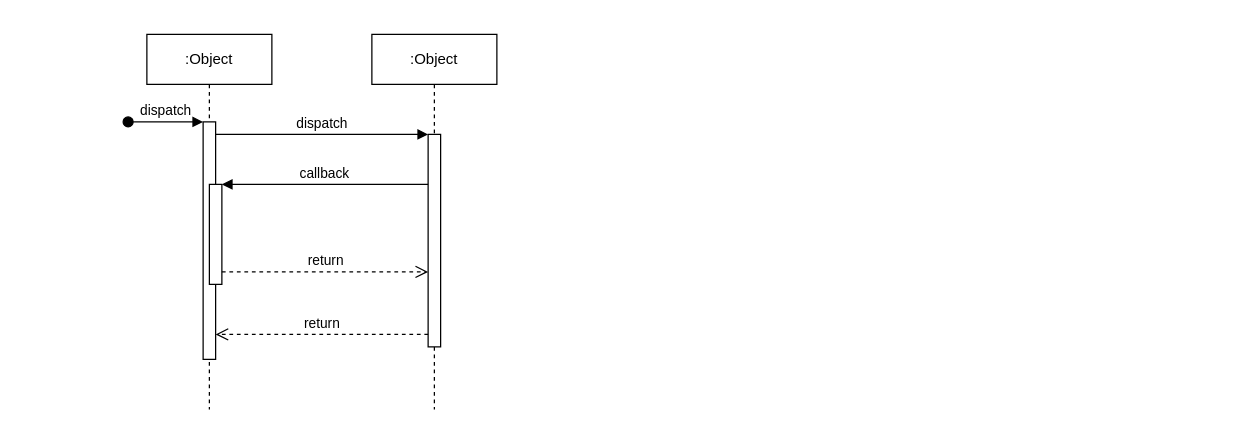
The draw.io diagram Untitled Diagram.drawio in Developer-dreamer/Developer-dreamer, before the edit. Source tidied: cells renumbered, new cells numbered last; positions are measured from the earlier drawing's top-left corner, leaving out a move shared by most shapes. Both pictures are drawn from the tidied source at 125%, with x=0, y=0 at pixel (128, 34).
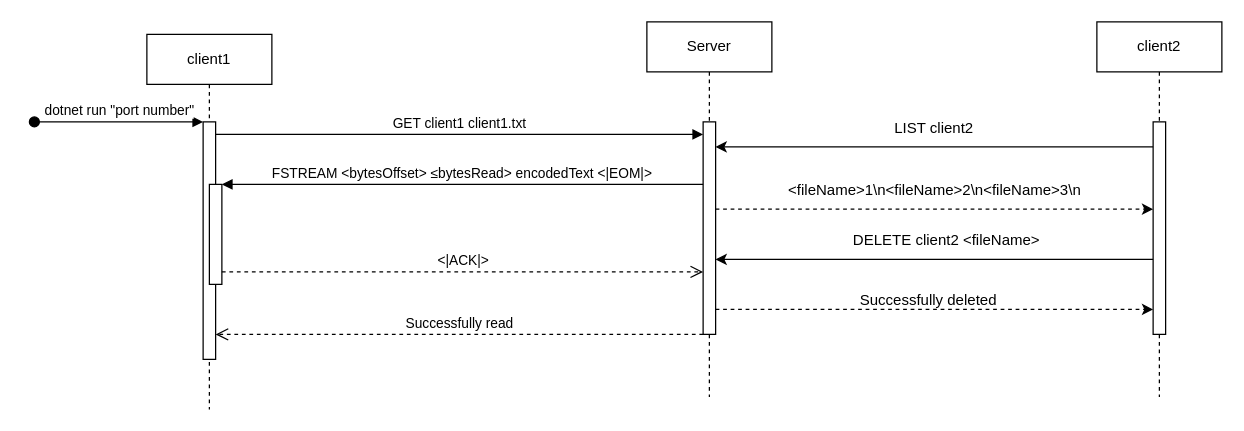
The same diagram, later.

Commit message:
implemented diagram

The change refers to these unchanged cells:
```xml
<mxCell id="3" style="html=1;points=[];perimeter=orthogonalPerimeter;outlineConnect=0;targetShapes=umlLifeline;portConstraint=eastwest;newEdgeStyle={&quot;edgeStyle&quot;:&quot;elbowEdgeStyle&quot;,&quot;elbow&quot;:&quot;vertical&quot;,&quot;curved&quot;:0,&quot;rounded&quot;:0};" parent="2" vertex="1">
  <mxGeometry x="45" y="70" width="10" height="190" as="geometry" />
</mxCell>
<mxCell id="5" style="html=1;points=[];perimeter=orthogonalPerimeter;outlineConnect=0;targetShapes=umlLifeline;portConstraint=eastwest;newEdgeStyle={&quot;edgeStyle&quot;:&quot;elbowEdgeStyle&quot;,&quot;elbow&quot;:&quot;vertical&quot;,&quot;curved&quot;:0,&quot;rounded&quot;:0};" parent="2" vertex="1">
  <mxGeometry x="50" y="120" width="10" height="80" as="geometry" />
</mxCell>
<mxCell id="7" style="html=1;points=[];perimeter=orthogonalPerimeter;outlineConnect=0;targetShapes=umlLifeline;portConstraint=eastwest;newEdgeStyle={&quot;edgeStyle&quot;:&quot;elbowEdgeStyle&quot;,&quot;elbow&quot;:&quot;vertical&quot;,&quot;curved&quot;:0,&quot;rounded&quot;:0};" parent="6" vertex="1">
  <mxGeometry x="45" y="80" width="10" height="170" as="geometry" />
</mxCell>
```

Change to the diagram source:
```diff
@@
-    <mxCell id="2" value=":Object" style="shape=umlLifeline;perimeter=lifelinePerimeter;whiteSpace=wrap;html=1;newEdgeStyle={&quot;edgeStyle&quot;:&quot;elbowEdgeStyle&quot;,&quot;elbow&quot;:&quot;vertical&quot;,&quot;curved&quot;:0,&quot;rounded&quot;:0};" parent="1" vertex="1">
+    <mxCell id="2" value="client1" style="shape=umlLifeline;perimeter=lifelinePerimeter;whiteSpace=wrap;html=1;newEdgeStyle={&quot;edgeStyle&quot;:&quot;elbowEdgeStyle&quot;,&quot;elbow&quot;:&quot;vertical&quot;,&quot;curved&quot;:0,&quot;rounded&quot;:0};" parent="1" vertex="1">
       <mxGeometry x="15" width="100" height="300" as="geometry" />
     </mxCell>
@@
-    <mxCell id="4" value="dispatch" style="html=1;verticalAlign=bottom;startArrow=oval;endArrow=block;startSize=8;edgeStyle=elbowEdgeStyle;elbow=vertical;curved=0;rounded=0;" parent="2" edge="1" target="3">
+    <mxCell id="4" value="dotnet run &quot;port number&quot;" style="html=1;verticalAlign=bottom;startArrow=oval;endArrow=block;startSize=8;edgeStyle=elbowEdgeStyle;elbow=vertical;curved=0;rounded=0;" parent="2" edge="1" target="3">
       <mxGeometry relative="1" as="geometry">
-        <mxPoint x="-15" y="70" as="sourcePoint" />
+        <mxPoint x="-90" y="70" as="sourcePoint" />
       </mxGeometry>
     </mxCell>
@@
-    <mxCell id="6" value=":Object" style="shape=umlLifeline;perimeter=lifelinePerimeter;whiteSpace=wrap;html=1;newEdgeStyle={&quot;edgeStyle&quot;:&quot;elbowEdgeStyle&quot;,&quot;elbow&quot;:&quot;vertical&quot;,&quot;curved&quot;:0,&quot;rounded&quot;:0};" parent="1" vertex="1">
-      <mxGeometry x="195" width="100" height="300" as="geometry" />
+    <mxCell id="6" value="Server" style="shape=umlLifeline;perimeter=lifelinePerimeter;whiteSpace=wrap;html=1;newEdgeStyle={&quot;edgeStyle&quot;:&quot;elbowEdgeStyle&quot;,&quot;elbow&quot;:&quot;vertical&quot;,&quot;curved&quot;:0,&quot;rounded&quot;:0};" parent="1" vertex="1">
+      <mxGeometry x="415" y="-10" width="100" height="300" as="geometry" />
     </mxCell>
@@
-    <mxCell id="8" value="dispatch" style="html=1;verticalAlign=bottom;endArrow=block;edgeStyle=elbowEdgeStyle;elbow=vertical;curved=0;rounded=0;" parent="1" edge="1" source="3" target="7">
+    <mxCell id="8" value="GET client1 client1.txt" style="html=1;verticalAlign=bottom;endArrow=block;edgeStyle=elbowEdgeStyle;elbow=vertical;curved=0;rounded=0;" parent="1" edge="1" source="3" target="7">
       <mxGeometry relative="1" as="geometry">
         <Array as="points">
           <mxPoint x="155" y="80" />
         </Array>
       </mxGeometry>
     </mxCell>
-    <mxCell id="9" value="return" style="html=1;verticalAlign=bottom;endArrow=open;dashed=1;endSize=8;edgeStyle=elbowEdgeStyle;elbow=vertical;curved=0;rounded=0;" parent="1" edge="1" source="7" target="3">
+    <mxCell id="9" value="Successfully read" style="html=1;verticalAlign=bottom;endArrow=open;dashed=1;endSize=8;edgeStyle=elbowEdgeStyle;elbow=vertical;curved=0;rounded=0;" parent="1" edge="1" source="7" target="3">
       <mxGeometry relative="1" as="geometry">
         <Array as="points">
           <mxPoint x="165" y="240" />
         </Array>
       </mxGeometry>
     </mxCell>
-    <mxCell id="10" value="callback" style="html=1;verticalAlign=bottom;endArrow=block;edgeStyle=elbowEdgeStyle;elbow=vertical;curved=0;rounded=0;" parent="1" edge="1" source="7" target="5">
+    <mxCell id="10" value="FSTREAM &amp;lt;bytesOffset&amp;gt; ≤bytesRead&amp;gt; encodedText &amp;lt;|EOM|&amp;gt;" style="html=1;verticalAlign=bottom;endArrow=block;edgeStyle=elbowEdgeStyle;elbow=vertical;curved=0;rounded=0;" parent="1" edge="1" source="7" target="5">
       <mxGeometry relative="1" as="geometry">
         <Array as="points">
           <mxPoint x="165" y="120" />
         </Array>
       </mxGeometry>
     </mxCell>
-    <mxCell id="11" value="return" style="html=1;verticalAlign=bottom;endArrow=open;dashed=1;endSize=8;edgeStyle=elbowEdgeStyle;elbow=vertical;curved=0;rounded=0;" parent="1" edge="1" source="5" target="7">
+    <mxCell id="11" value="&amp;lt;|ACK|&amp;gt;" style="html=1;verticalAlign=bottom;endArrow=open;dashed=1;endSize=8;edgeStyle=elbowEdgeStyle;elbow=vertical;curved=0;rounded=0;" parent="1" edge="1" source="5" target="7">
       <mxGeometry relative="1" as="geometry">
         <Array as="points">
           <mxPoint x="155" y="190" />
         </Array>
       </mxGeometry>
     </mxCell>
+    <mxCell id="12" value="client2" style="shape=umlLifeline;perimeter=lifelinePerimeter;whiteSpace=wrap;html=1;newEdgeStyle={&quot;edgeStyle&quot;:&quot;elbowEdgeStyle&quot;,&quot;elbow&quot;:&quot;vertical&quot;,&quot;curved&quot;:0,&quot;rounded&quot;:0};" parent="1" vertex="1">
+      <mxGeometry x="775" y="-10" width="100" height="300" as="geometry" />
+    </mxCell>
+    <mxCell id="13" style="html=1;perimeter=orthogonalPerimeter;targetShapes=umlLifeline;newEdgeStyle={&quot;edgeStyle&quot;:&quot;elbowEdgeStyle&quot;,&quot;elbow&quot;:&quot;vertical&quot;,&quot;curved&quot;:0,&quot;rounded&quot;:0};" parent="12" vertex="1">
+      <mxGeometry x="45" y="80" width="10" height="170" as="geometry" />
+    </mxCell>
+    <mxCell id="14" style="endArrow=classic;html=1;rounded=0;" parent="1" edge="1">
+      <mxGeometry relative="1" as="geometry">
+        <mxPoint x="820" y="90" as="sourcePoint" />
+        <mxPoint x="470" y="90" as="targetPoint" />
+      </mxGeometry>
+    </mxCell>
+    <mxCell id="15" value="LIST client2" style="text;html=1;align=center;verticalAlign=middle;whiteSpace=wrap;rounded=0;" parent="1" vertex="1">
+      <mxGeometry x="605" y="60" width="80" height="30" as="geometry" />
+    </mxCell>
+    <mxCell id="16" style="endArrow=classic;html=1;rounded=0;dashed=1;" parent="1" edge="1">
+      <mxGeometry relative="1" as="geometry">
+        <mxPoint x="470" y="139.8" as="sourcePoint" />
+        <mxPoint x="820" y="139.8" as="targetPoint" />
+      </mxGeometry>
+    </mxCell>
+    <mxCell id="17" value="&amp;lt;fileName&amp;gt;1\n&amp;lt;fileName&amp;gt;2\n&amp;lt;fileName&amp;gt;3\n" style="text;html=1;align=center;verticalAlign=middle;strokeColor=none;fillColor=none;" parent="1" vertex="1">
+      <mxGeometry x="515" y="110" width="260" height="30" as="geometry" />
+    </mxCell>
+    <mxCell id="18" style="endArrow=classic;html=1;rounded=0;" parent="1" edge="1">
+      <mxGeometry relative="1" as="geometry">
+        <mxPoint x="820" y="180" as="sourcePoint" />
+        <mxPoint x="470" y="180" as="targetPoint" />
+      </mxGeometry>
+    </mxCell>
+    <mxCell id="19" value="DELETE client2 &amp;lt;fileName&amp;gt;" style="text;html=1;align=center;verticalAlign=middle;whiteSpace=wrap;rounded=0;" parent="1" vertex="1">
+      <mxGeometry x="565" y="150" width="180" height="30" as="geometry" />
+    </mxCell>
+    <mxCell id="20" style="endArrow=classic;html=1;rounded=0;dashed=1;" parent="1" edge="1">
+      <mxGeometry relative="1" as="geometry">
+        <mxPoint x="470" y="220" as="sourcePoint" />
+        <mxPoint x="820" y="220" as="targetPoint" />
+      </mxGeometry>
+    </mxCell>
+    <mxCell id="21" value="Successfully deleted" style="text;html=1;align=center;verticalAlign=middle;strokeColor=none;fillColor=none;" parent="1" vertex="1">
+      <mxGeometry x="575" y="198" width="130" height="30" as="geometry" />
+    </mxCell>
```
